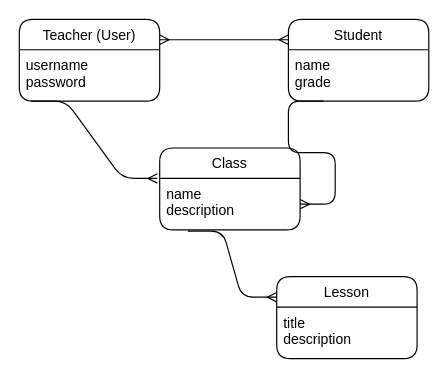
Earlier version of the draw.io diagram teachers_pet.drawio (waynedelcorraljr/teachers_pet). Source tidied: cells renumbered, new cells numbered last; positions are measured from the earlier drawing's top-left corner, leaving out a move shared by most shapes. Both pictures are drawn from the tidied source at 117%, with x=0, y=0 at pixel (19, 19).
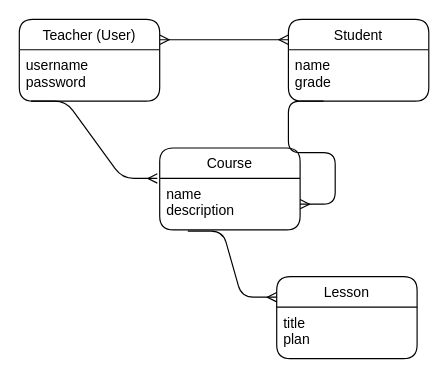
Above is the later version.

Diff of the diagram source:
```diff
@@
 <mxGraphModel>
   <root>
     <mxCell id="0" />
     <mxCell id="1" parent="0" />
     <mxCell id="2" value="Teacher (User)" style="swimlane;fontStyle=0;horizontal=1;startSize=26;fillColor=none;rounded=1;shadow=0;sketch=0;glass=0;" parent="1" vertex="1">
       <mxGeometry width="120" height="70" as="geometry" />
     </mxCell>
     <mxCell id="3" value="username&#10;password&#10;" style="text;strokeColor=none;fillColor=none;align=left;verticalAlign=top;spacingLeft=4;spacingRight=4;overflow=hidden;points=[[0,0.5],[1,0.5]];portConstraint=eastwest;" parent="2" vertex="1">
       <mxGeometry y="26" width="120" height="44" as="geometry" />
     </mxCell>
     <mxCell id="4" value="Student" style="swimlane;fontStyle=0;horizontal=1;startSize=26;fillColor=none;rounded=1;shadow=0;sketch=0;glass=0;" parent="1" vertex="1">
       <mxGeometry x="230" width="120" height="70" as="geometry" />
     </mxCell>
     <mxCell id="5" value="name&#10;grade&#10;&#10;" style="text;strokeColor=none;fillColor=none;align=left;verticalAlign=top;spacingLeft=4;spacingRight=4;overflow=hidden;points=[[0,0.5],[1,0.5]];portConstraint=eastwest;" parent="4" vertex="1">
       <mxGeometry y="26" width="120" height="44" as="geometry" />
     </mxCell>
     <mxCell id="6" style="edgeStyle=entityRelationEdgeStyle;fontSize=12;html=1;endArrow=ERmany;startArrow=ERmany;entryX=0;entryY=0.25;entryDx=0;entryDy=0;exitX=1;exitY=0.25;exitDx=0;exitDy=0;" parent="1" edge="1" source="2" target="4">
       <mxGeometry relative="1" as="geometry" />
     </mxCell>
     <mxCell id="7" style="edgeStyle=entityRelationEdgeStyle;fontSize=12;html=1;endArrow=ERmany;exitX=0.25;exitY=1;exitDx=0;exitDy=0;exitPerimeter=0;" parent="1" edge="1" source="5" target="11">
       <mxGeometry relative="1" as="geometry" />
     </mxCell>
     <mxCell id="8" style="edgeStyle=entityRelationEdgeStyle;fontSize=12;html=1;endArrow=ERmany;exitX=0.083;exitY=1;exitDx=0;exitDy=0;exitPerimeter=0;entryX=-0.017;entryY=0;entryDx=0;entryDy=0;entryPerimeter=0;" parent="1" edge="1" source="3" target="11">
       <mxGeometry relative="1" as="geometry" />
     </mxCell>
     <mxCell id="9" style="edgeStyle=entityRelationEdgeStyle;fontSize=12;html=1;endArrow=ERmany;exitX=0.2;exitY=1.023;exitDx=0;exitDy=0;exitPerimeter=0;entryX=0;entryY=0.25;entryDx=0;entryDy=0;" parent="1" edge="1" source="11" target="12">
       <mxGeometry relative="1" as="geometry" />
     </mxCell>
-    <mxCell id="10" value="Class" style="swimlane;fontStyle=0;horizontal=1;startSize=26;fillColor=none;rounded=1;shadow=0;sketch=0;glass=0;" parent="1" vertex="1">
+    <mxCell id="10" value="Course" style="swimlane;fontStyle=0;horizontal=1;startSize=26;fillColor=none;rounded=1;shadow=0;sketch=0;glass=0;" parent="1" vertex="1">
       <mxGeometry x="120" y="110" width="120" height="70" as="geometry" />
     </mxCell>
     <mxCell id="11" value="name&#10;description" style="text;strokeColor=none;fillColor=none;align=left;verticalAlign=top;spacingLeft=4;spacingRight=4;overflow=hidden;points=[[0,0.5],[1,0.5]];portConstraint=eastwest;" parent="10" vertex="1">
       <mxGeometry y="26" width="120" height="44" as="geometry" />
     </mxCell>
     <mxCell id="12" value="Lesson" style="swimlane;fontStyle=0;horizontal=1;startSize=26;fillColor=none;rounded=1;shadow=0;sketch=0;glass=0;" parent="1" vertex="1">
       <mxGeometry x="220" y="220" width="120" height="70" as="geometry" />
     </mxCell>
-    <mxCell id="13" value="title&#10;description&#10;" style="text;strokeColor=none;fillColor=none;align=left;verticalAlign=top;spacingLeft=4;spacingRight=4;overflow=hidden;" parent="12" vertex="1">
+    <mxCell id="13" value="title&#10;plan&#10;" style="text;strokeColor=none;fillColor=none;align=left;verticalAlign=top;spacingLeft=4;spacingRight=4;overflow=hidden;" parent="12" vertex="1">
       <mxGeometry y="26" width="120" height="44" as="geometry" />
     </mxCell>
   </root>
 </mxGraphModel>
```
